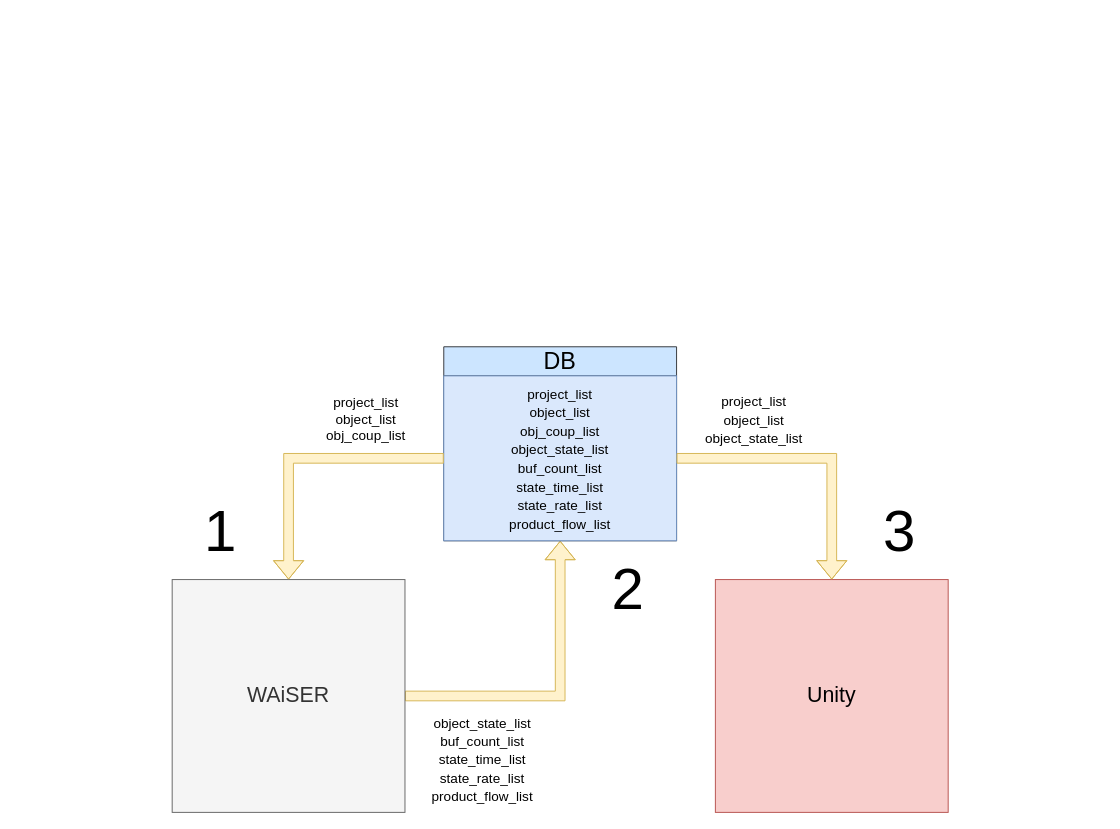
Earlier version of the draw.io diagram 문서/dataflow.drawio (Tentailsahri/DT_FINAL_Project). Source tidied: cells renumbered, new cells numbered last; positions are measured from the earlier drawing's top-left corner, leaving out a move shared by most shapes. Both pictures are drawn from the tidied source at 97%, with x=0, y=0 at pixel (172, 346).
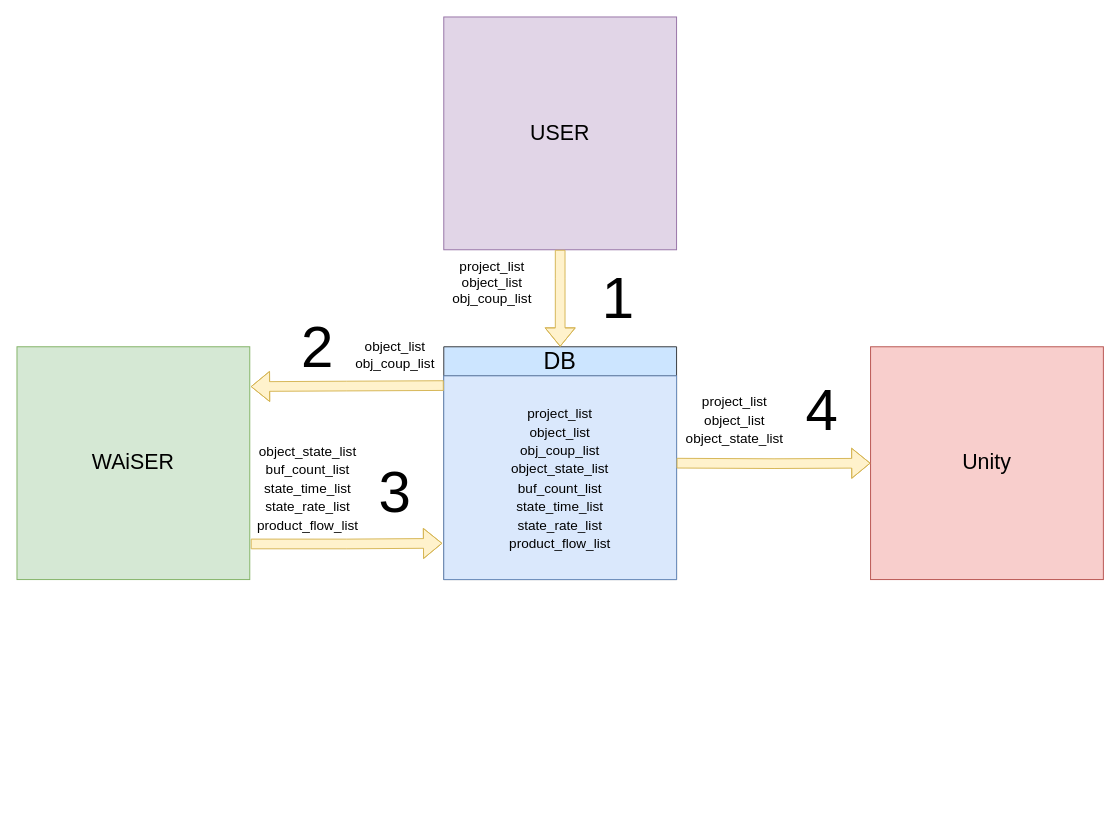
After the change.

What changed in the source:
```diff
@@
+    <mxCell id="15" value="&lt;font style=&quot;font-size: 22px;&quot;&gt;USER&lt;/font&gt;" style="whiteSpace=wrap;html=1;fillColor=#e1d5e7;strokeColor=#9673a6;" parent="1" vertex="1">
+      <mxGeometry x="280" y="-340" width="240" height="240" as="geometry" />
+    </mxCell>
-    <mxCell id="2" style="edgeStyle=orthogonalEdgeStyle;shape=flexArrow;rounded=0;jettySize=auto;html=1;entryX=0.5;entryY=1;entryDx=0;entryDy=0;fontSize=24;fillColor=#fff2cc;strokeColor=#d6b656;" parent="1" edge="1" source="3" target="7">
+    <mxCell id="2" style="edgeStyle=orthogonalEdgeStyle;shape=flexArrow;rounded=0;jettySize=auto;html=1;entryX=-0.006;entryY=0.822;entryDx=0;entryDy=0;fontSize=24;fillColor=#fff2cc;strokeColor=#d6b656;exitX=1.004;exitY=0.847;exitDx=0;exitDy=0;exitPerimeter=0;entryPerimeter=0;" parent="1" edge="1" source="3" target="8">
       <mxGeometry relative="1" as="geometry" />
     </mxCell>
-    <mxCell id="3" value="&lt;font style=&quot;font-size: 22px;&quot;&gt;WAiSER&lt;/font&gt;" style="whiteSpace=wrap;html=1;fillColor=#f5f5f5;strokeColor=#666666;fontColor=#333333;" parent="1" vertex="1">
-      <mxGeometry y="240" width="240" height="240" as="geometry" />
+    <mxCell id="3" value="&lt;font style=&quot;font-size: 22px;&quot;&gt;WAiSER&lt;/font&gt;" style="whiteSpace=wrap;html=1;fillColor=#d5e8d4;strokeColor=#82b366;" parent="1" vertex="1">
+      <mxGeometry x="-160" width="240" height="240" as="geometry" />
     </mxCell>
     <mxCell id="4" value="&lt;font style=&quot;font-size: 22px;&quot;&gt;Unity&lt;/font&gt;" style="whiteSpace=wrap;html=1;fillColor=#f8cecc;strokeColor=#b85450;" parent="1" vertex="1">
-      <mxGeometry x="560" y="240" width="240" height="240" as="geometry" />
+      <mxGeometry x="720" width="240" height="240" as="geometry" />
     </mxCell>
     <mxCell id="5" value="&lt;font style=&quot;font-size: 14px;&quot;&gt;object_state_list&lt;br&gt;buf_count_list&lt;br&gt;state_time_list&lt;br&gt;state_rate_list&lt;br&gt;product_flow_list&lt;/font&gt;" style="text;html=1;strokeColor=none;fillColor=none;align=center;verticalAlign=middle;whiteSpace=wrap;rounded=0;fontSize=16;" parent="1" vertex="1">
-      <mxGeometry x="290" y="410" width="60" height="30" as="geometry" />
+      <mxGeometry x="110" y="130" width="60" height="30" as="geometry" />
     </mxCell>
     <mxCell id="6" value="&lt;font style=&quot;font-size: 14px;&quot;&gt;project_list&lt;br&gt;object_list&lt;br&gt;object_state_list&lt;/font&gt;" style="text;html=1;strokeColor=none;fillColor=none;align=center;verticalAlign=middle;whiteSpace=wrap;rounded=0;fontSize=16;" parent="1" vertex="1">
-      <mxGeometry x="570" y="60" width="60" height="30" as="geometry" />
+      <mxGeometry x="550" y="60" width="60" height="30" as="geometry" />
     </mxCell>
     <mxCell id="7" value="&lt;font style=&quot;font-size: 24px;&quot;&gt;DB&lt;/font&gt;" style="swimlane;fontStyle=0;horizontal=1;startSize=30;whiteSpace=wrap;html=1;strokeColor=#36393d;fontSize=13;fillColor=#cce5ff;" parent="1" vertex="1">
-      <mxGeometry x="280" width="240" height="200" as="geometry" />
+      <mxGeometry x="280" width="240" height="240" as="geometry" />
     </mxCell>
     <mxCell id="8" value="&lt;font style=&quot;font-size: 14px;&quot;&gt;project_list&lt;br style=&quot;border-color: var(--border-color);&quot;&gt;object_list&lt;br style=&quot;border-color: var(--border-color);&quot;&gt;obj_coup_list&lt;br&gt;object_state_list&lt;br style=&quot;border-color: var(--border-color);&quot;&gt;buf_count_list&lt;br style=&quot;border-color: var(--border-color);&quot;&gt;state_time_list&lt;br style=&quot;border-color: var(--border-color);&quot;&gt;state_rate_list&lt;br style=&quot;border-color: var(--border-color);&quot;&gt;product_flow_list&lt;/font&gt;" style="text;html=1;align=center;verticalAlign=middle;whiteSpace=wrap;rounded=0;fontSize=16;strokeColor=#6c8ebf;fillColor=#dae8fc;" parent="7" vertex="1">
-      <mxGeometry y="30" width="240" height="170" as="geometry" />
+      <mxGeometry y="30" width="240" height="210" as="geometry" />
     </mxCell>
-    <mxCell id="9" style="edgeStyle=orthogonalEdgeStyle;shape=flexArrow;rounded=0;jettySize=auto;html=1;entryX=0.5;entryY=0;entryDx=0;entryDy=0;fontSize=24;fillColor=#fff2cc;strokeColor=#d6b656;" parent="1" edge="1" source="8" target="3">
-      <mxGeometry relative="1" as="geometry" />
+    <mxCell id="9" style="edgeStyle=orthogonalEdgeStyle;shape=flexArrow;rounded=0;jettySize=auto;html=1;fontSize=24;fillColor=#fff2cc;strokeColor=#d6b656;entryX=1.004;entryY=0.171;entryDx=0;entryDy=0;entryPerimeter=0;" parent="1" edge="1" target="3">
+      <mxGeometry relative="1" as="geometry">
+        <mxPoint x="280" y="40" as="sourcePoint" />
+      </mxGeometry>
     </mxCell>
-    <mxCell id="10" style="edgeStyle=orthogonalEdgeStyle;shape=flexArrow;rounded=0;jettySize=auto;html=1;entryX=0.5;entryY=0;entryDx=0;entryDy=0;fontSize=24;fillColor=#fff2cc;strokeColor=#d6b656;" parent="1" edge="1" source="8" target="4">
-      <mxGeometry relative="1" as="geometry" />
+    <mxCell id="10" style="edgeStyle=orthogonalEdgeStyle;shape=flexArrow;rounded=0;jettySize=auto;html=1;fontSize=24;fillColor=#fff2cc;strokeColor=#d6b656;entryX=0;entryY=0.5;entryDx=0;entryDy=0;" parent="1" edge="1" target="4">
+      <mxGeometry relative="1" as="geometry">
+        <mxPoint x="520" y="120" as="sourcePoint" />
+      </mxGeometry>
     </mxCell>
-    <mxCell id="11" value="project_list&lt;br&gt;object_list&lt;br&gt;obj_coup_list" style="text;html=1;strokeColor=none;fillColor=none;align=center;verticalAlign=middle;whiteSpace=wrap;rounded=0;fontSize=14;" parent="1" vertex="1">
-      <mxGeometry x="170" y="60" width="60" height="30" as="geometry" />
+    <mxCell id="11" value="&lt;br&gt;object_list&lt;br&gt;obj_coup_list" style="text;html=1;strokeColor=none;fillColor=none;align=center;verticalAlign=middle;whiteSpace=wrap;rounded=0;fontSize=14;" parent="1" vertex="1">
+      <mxGeometry x="200" y="-15" width="60" height="30" as="geometry" />
     </mxCell>
     <mxCell id="12" value="&lt;font style=&quot;font-size: 60px;&quot;&gt;1&lt;/font&gt;" style="text;strokeColor=none;fillColor=none;align=center;verticalAlign=middle;spacingLeft=4;spacingRight=4;overflow=hidden;whiteSpace=wrap;html=1;fontSize=60;" parent="1" vertex="1">
-      <mxGeometry y="140" width="100" height="100" as="geometry" />
+      <mxGeometry x="410" y="-100" width="100" height="100" as="geometry" />
     </mxCell>
     <mxCell id="13" value="&lt;font style=&quot;font-size: 60px;&quot;&gt;2&lt;/font&gt;" style="text;strokeColor=none;fillColor=none;align=center;verticalAlign=middle;spacingLeft=4;spacingRight=4;overflow=hidden;whiteSpace=wrap;html=1;fontSize=60;" parent="1" vertex="1">
-      <mxGeometry x="420" y="200" width="100" height="100" as="geometry" />
+      <mxGeometry x="100" y="-50" width="100" height="100" as="geometry" />
     </mxCell>
     <mxCell id="14" value="&lt;font style=&quot;font-size: 60px;&quot;&gt;3&lt;/font&gt;" style="text;strokeColor=none;fillColor=none;align=center;verticalAlign=middle;spacingLeft=4;spacingRight=4;overflow=hidden;whiteSpace=wrap;html=1;fontSize=60;" parent="1" vertex="1">
-      <mxGeometry x="700" y="140" width="100" height="100" as="geometry" />
+      <mxGeometry x="180" y="100" width="100" height="100" as="geometry" />
     </mxCell>
+    <mxCell id="16" style="edgeStyle=orthogonalEdgeStyle;shape=flexArrow;rounded=0;jettySize=auto;html=1;entryX=0.5;entryY=0;entryDx=0;entryDy=0;fontSize=24;fillColor=#fff2cc;strokeColor=#d6b656;exitX=0.5;exitY=1;exitDx=0;exitDy=0;" parent="1" edge="1" source="15" target="7">
+      <mxGeometry relative="1" as="geometry">
+        <Array as="points">
+          <mxPoint x="400" y="-70" />
+          <mxPoint x="400" y="-70" />
+        </Array>
+      </mxGeometry>
+    </mxCell>
+    <mxCell id="17" value="&lt;br&gt;project_list&lt;br&gt;object_list&lt;br&gt;obj_coup_list" style="text;html=1;strokeColor=none;fillColor=none;align=center;verticalAlign=middle;whiteSpace=wrap;rounded=0;fontSize=14;" parent="1" vertex="1">
+      <mxGeometry x="300" y="-90" width="60" height="30" as="geometry" />
+    </mxCell>
+    <mxCell id="18" value="&lt;font style=&quot;font-size: 60px;&quot;&gt;4&lt;/font&gt;" style="text;strokeColor=none;fillColor=none;align=center;verticalAlign=middle;spacingLeft=4;spacingRight=4;overflow=hidden;whiteSpace=wrap;html=1;fontSize=24;" parent="1" vertex="1">
+      <mxGeometry x="620" y="15" width="100" height="100" as="geometry" />
+    </mxCell>
```
